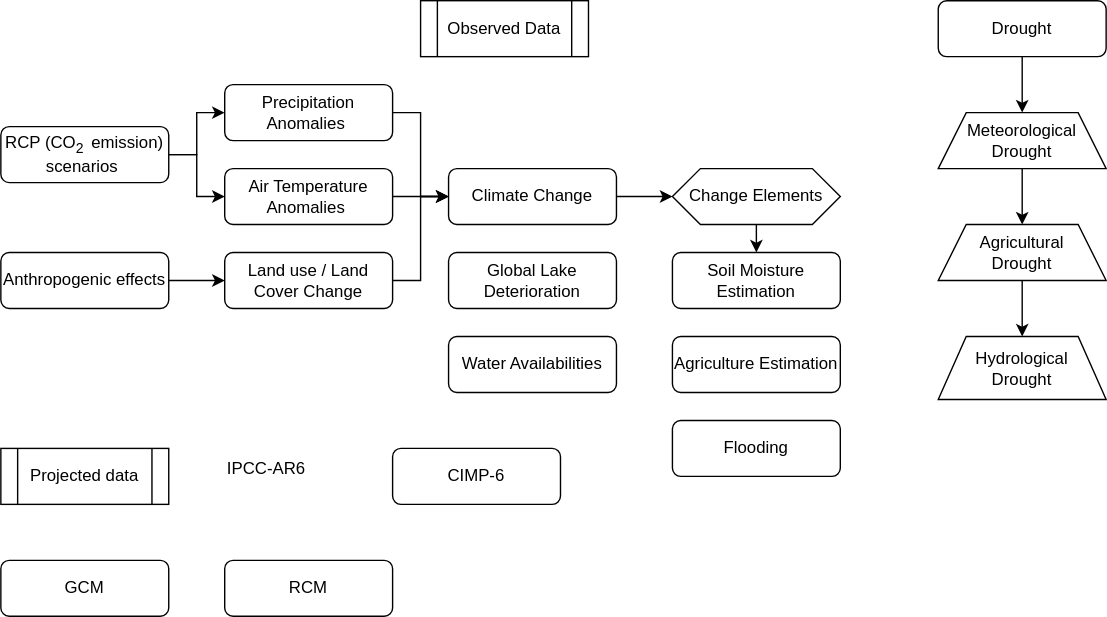
Earlier version of the draw.io export DAMRL.svg (anixn/Diagrams.net). Source tidied: cells renumbered, new cells last; positions are measured from the earlier drawing's top-left corner, leaving out a move shared by most shapes.
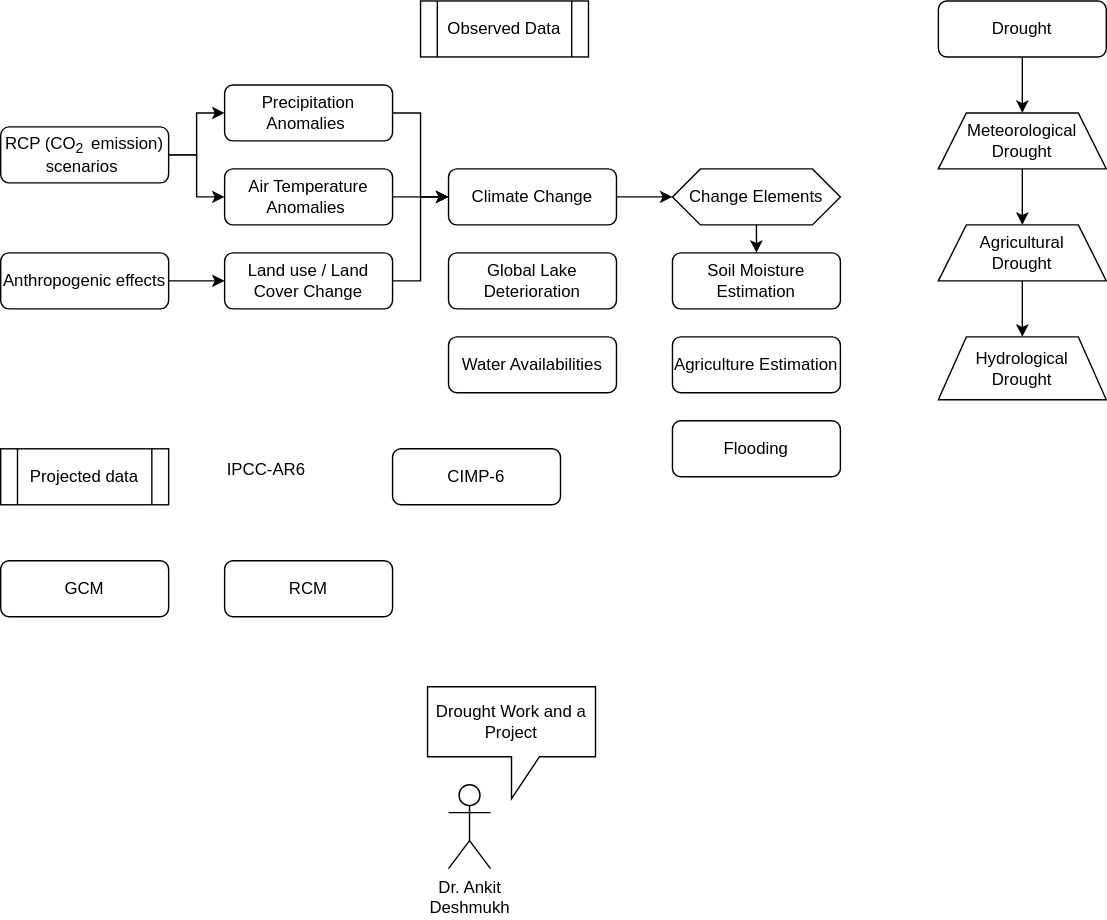
The same file after the commit.

What changed in the source:
```diff
@@ -101,5 +101,11 @@
     <mxCell id="34" value="CIMP-6" style="rounded=1;whiteSpace=wrap;html=1;" parent="1" vertex="1">
       <mxGeometry x="280" y="320" width="120" height="40" as="geometry" />
     </mxCell>
+    <mxCell id="35" value="Dr. Ankit &lt;br&gt;Deshmukh" style="shape=umlActor;verticalLabelPosition=bottom;verticalAlign=top;html=1;" parent="1" vertex="1">
+      <mxGeometry x="320" y="560" width="30" height="60" as="geometry" />
+    </mxCell>
+    <mxCell id="36" value="Drought Work and a Project" style="shape=callout;whiteSpace=wrap;html=1;perimeter=calloutPerimeter;" parent="1" vertex="1">
+      <mxGeometry x="305" y="490" width="120" height="80" as="geometry" />
+    </mxCell>
   </root>
 </mxGraphModel>
```
